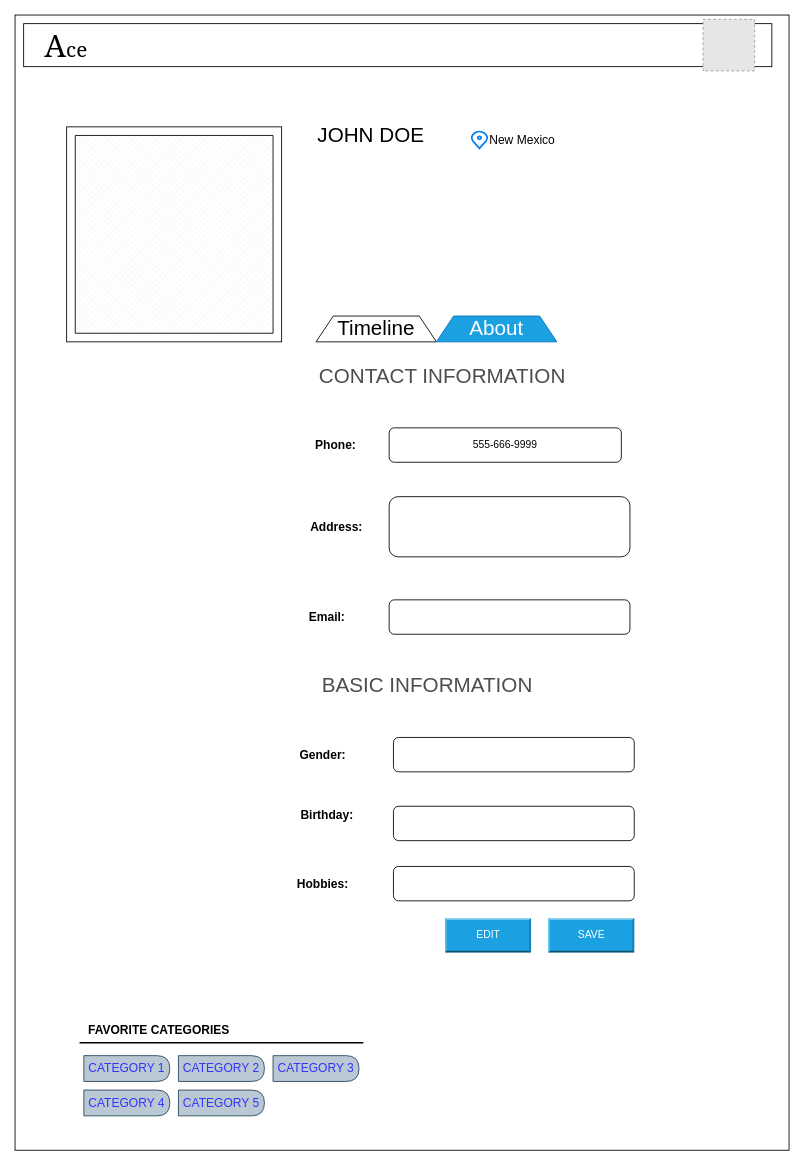
opeyemi-jonah/Ace-challenge keeps this draw.io diagram as PROFILE.drawio. Above is the earlier version. Source tidied: cells renumbered, new cells numbered last; positions are measured from the earlier drawing's top-left corner, leaving out a move shared by most shapes. Both pictures are drawn from the tidied source at 86%, with x=0, y=0 at pixel (15, 15). Pictures stored in the file or linked from it are replaced by grey dashed boxes.
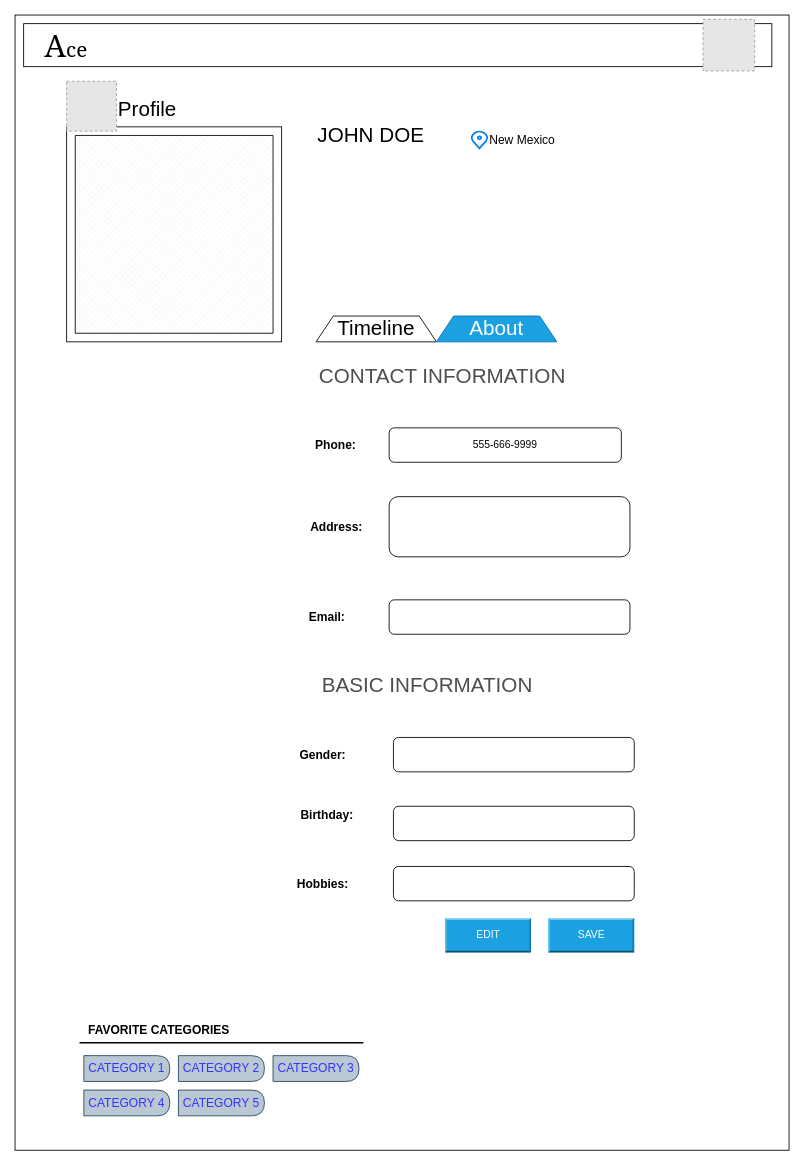
Above is the later version.

The edit, as a diff of the source:
```diff
@@
+    <mxCell id="42" value="&lt;font style=&quot;font-size: 24px&quot;&gt;Profile&lt;/font&gt;" style="text;html=1;strokeColor=none;fillColor=none;align=center;verticalAlign=middle;whiteSpace=wrap;rounded=0;" parent="1" vertex="1">
+      <mxGeometry x="118" y="95" width="72" height="30" as="geometry" />
+    </mxCell>
+    <mxCell id="43" style="fillColor=#E6E6E6;strokeColor=#999999;dashed=1;html=1;verticalAlign=top;verticalLabelPosition=bottom;labelBackgroundColor=#ffffff;" parent="1" vertex="1">
+      <mxGeometry x="60" y="77" width="58" height="58" as="geometry" />
+    </mxCell>
```
